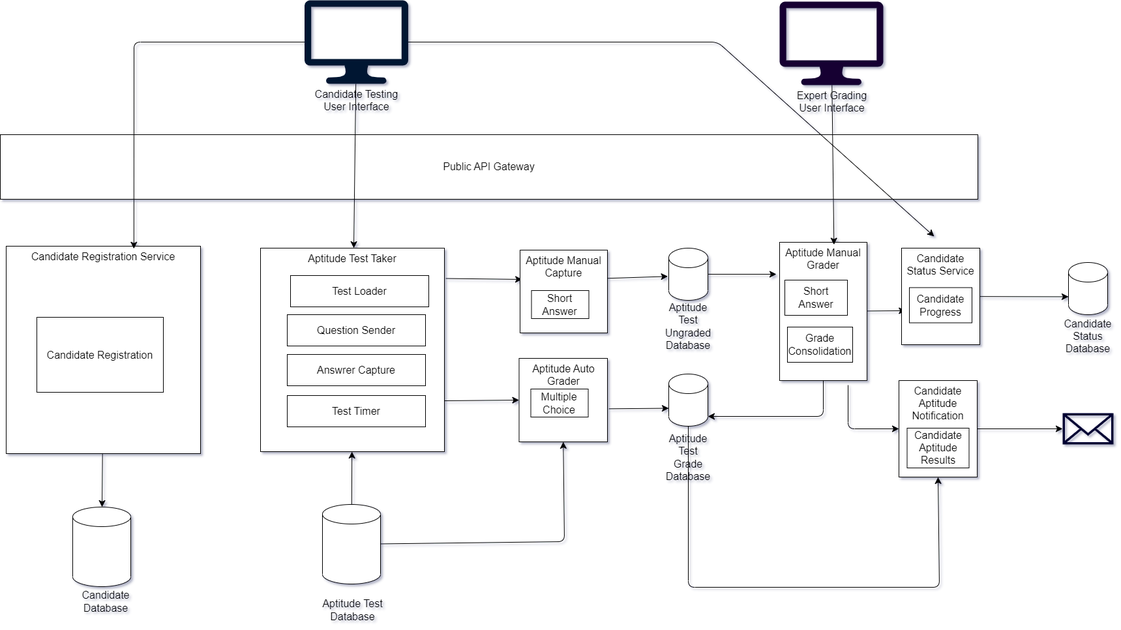
The draw.io diagram adr/images/Existing Certification Testing Architecture-Test1.drawio.png in mmat1/skynet-ai-2025, before a commit. Source tidied: cells renumbered, new cells last; positions are measured from the earlier drawing's top-left corner, leaving out a move shared by most shapes. Its diagram source:
```xml
<mxGraphModel background="#ffffff" shadow="1">
  <root>
    <mxCell id="0" />
    <mxCell id="1" parent="0" />
    <mxCell id="2" value="Public API Gateway" style="rounded=0;whiteSpace=wrap;html=1;fontSize=16;glass=0;labelBackgroundColor=none;" parent="1" vertex="1">
      <mxGeometry y="206" width="1499" height="99" as="geometry" />
    </mxCell>
    <mxCell id="3" style="edgeStyle=none;curved=1;rounded=0;jettySize=auto;html=1;fontSize=12;startSize=8;endSize=8;labelBackgroundColor=none;fontColor=default;" parent="1" edge="1" source="4" target="33">
      <mxGeometry relative="1" as="geometry" />
    </mxCell>
    <mxCell id="4" value="Candidate Registration Service" style="rounded=0;whiteSpace=wrap;html=1;fontSize=16;verticalAlign=top;labelBackgroundColor=none;" parent="1" vertex="1">
      <mxGeometry x="9" y="377" width="298" height="318" as="geometry" />
    </mxCell>
    <mxCell id="5" value="Candidate Registration" style="rounded=0;whiteSpace=wrap;html=1;fontSize=16;labelBackgroundColor=none;" parent="1" vertex="1">
      <mxGeometry x="56" y="486" width="194" height="115" as="geometry" />
    </mxCell>
    <mxCell id="6" style="edgeStyle=none;curved=1;rounded=0;jettySize=auto;html=1;fontSize=12;startSize=8;endSize=8;labelBackgroundColor=none;fontColor=default;" parent="1" edge="1" source="36" target="9">
      <mxGeometry relative="1" as="geometry" />
    </mxCell>
    <mxCell id="7" style="edgeStyle=none;curved=1;rounded=0;jettySize=auto;html=1;entryX=0.023;entryY=0.354;entryDx=0;entryDy=0;entryPerimeter=0;fontSize=12;startSize=8;endSize=8;labelBackgroundColor=none;fontColor=default;exitX=1.008;exitY=0.149;exitDx=0;exitDy=0;exitPerimeter=0;" parent="1" edge="1" source="9" target="15">
      <mxGeometry relative="1" as="geometry" />
    </mxCell>
    <mxCell id="8" style="edgeStyle=none;curved=1;rounded=0;jettySize=auto;html=1;entryX=0;entryY=0.5;entryDx=0;entryDy=0;fontSize=12;startSize=8;endSize=8;labelBackgroundColor=none;fontColor=default;exitX=1;exitY=0.75;exitDx=0;exitDy=0;" parent="1" edge="1" source="9" target="18">
      <mxGeometry relative="1" as="geometry" />
    </mxCell>
    <mxCell id="9" value="Aptitude Test Taker" style="rounded=0;whiteSpace=wrap;html=1;fontSize=16;verticalAlign=top;labelBackgroundColor=none;" parent="1" vertex="1">
      <mxGeometry x="399" y="380" width="282" height="312" as="geometry" />
    </mxCell>
    <mxCell id="10" value="Test Loader" style="rounded=0;whiteSpace=wrap;html=1;fontSize=16;labelBackgroundColor=none;" parent="1" vertex="1">
      <mxGeometry x="445" y="422" width="212" height="48" as="geometry" />
    </mxCell>
    <mxCell id="11" value="Question Sender" style="rounded=0;whiteSpace=wrap;html=1;fontSize=16;labelBackgroundColor=none;" parent="1" vertex="1">
      <mxGeometry x="440" y="482" width="212" height="48" as="geometry" />
    </mxCell>
    <mxCell id="12" value="Answrer Capture" style="rounded=0;whiteSpace=wrap;html=1;fontSize=16;labelBackgroundColor=none;" parent="1" vertex="1">
      <mxGeometry x="440" y="543" width="212" height="48" as="geometry" />
    </mxCell>
    <mxCell id="13" value="Test Timer" style="rounded=0;whiteSpace=wrap;html=1;fontSize=16;labelBackgroundColor=none;" parent="1" vertex="1">
      <mxGeometry x="440" y="606" width="212" height="48" as="geometry" />
    </mxCell>
    <mxCell id="14" style="edgeStyle=none;curved=1;rounded=0;jettySize=auto;html=1;fontSize=12;startSize=8;endSize=8;labelBackgroundColor=none;fontColor=default;exitX=0.993;exitY=0.341;exitDx=0;exitDy=0;exitPerimeter=0;" parent="1" edge="1" source="15">
      <mxGeometry relative="1" as="geometry">
        <mxPoint x="1023.6" y="423.3" as="targetPoint" />
      </mxGeometry>
    </mxCell>
    <mxCell id="15" value="Aptitude Manual Capture" style="rounded=0;whiteSpace=wrap;html=1;fontSize=16;verticalAlign=top;labelBackgroundColor=none;" parent="1" vertex="1">
      <mxGeometry x="797" y="383" width="134" height="127" as="geometry" />
    </mxCell>
    <mxCell id="16" value="Short Answer" style="rounded=0;whiteSpace=wrap;html=1;fontSize=16;labelBackgroundColor=none;" parent="1" vertex="1">
      <mxGeometry x="814.5" y="445" width="88" height="43" as="geometry" />
    </mxCell>
    <mxCell id="17" style="edgeStyle=none;curved=1;rounded=0;jettySize=auto;html=1;entryX=0;entryY=0;entryDx=0;entryDy=52.5;entryPerimeter=0;fontSize=12;startSize=8;endSize=8;labelBackgroundColor=none;fontColor=default;exitX=1.017;exitY=0.604;exitDx=0;exitDy=0;exitPerimeter=0;" parent="1" edge="1" source="18" target="40">
      <mxGeometry relative="1" as="geometry" />
    </mxCell>
    <mxCell id="18" value="Aptitude Auto Grader" style="rounded=0;whiteSpace=wrap;html=1;fontSize=16;verticalAlign=top;labelBackgroundColor=none;" parent="1" vertex="1">
      <mxGeometry x="795.5" y="549" width="135.5" height="128" as="geometry" />
    </mxCell>
    <mxCell id="19" value="Multiple Choice" style="rounded=0;whiteSpace=wrap;html=1;fontSize=16;labelBackgroundColor=none;" parent="1" vertex="1">
      <mxGeometry x="813.5" y="596" width="88" height="43" as="geometry" />
    </mxCell>
    <mxCell id="20" style="edgeStyle=none;rounded=1;jettySize=auto;html=1;entryX=1;entryY=1;entryDx=0;entryDy=-15;entryPerimeter=0;fontSize=12;startSize=8;endSize=8;exitX=0.5;exitY=1;exitDx=0;exitDy=0;labelBackgroundColor=none;fontColor=default;" parent="1" edge="1" source="23" target="40">
      <mxGeometry relative="1" as="geometry">
        <Array as="points">
          <mxPoint x="1262" y="638" />
        </Array>
      </mxGeometry>
    </mxCell>
    <mxCell id="21" style="edgeStyle=none;curved=1;rounded=0;jettySize=auto;html=1;entryX=0.052;entryY=0.648;entryDx=0;entryDy=0;entryPerimeter=0;fontSize=12;startSize=8;endSize=8;labelBackgroundColor=none;fontColor=default;" parent="1" edge="1" source="23" target="27">
      <mxGeometry relative="1" as="geometry" />
    </mxCell>
    <mxCell id="22" style="edgeStyle=none;rounded=1;jettySize=auto;html=1;fontSize=12;startSize=8;endSize=8;labelBackgroundColor=none;fontColor=default;entryX=0;entryY=0.5;entryDx=0;entryDy=0;" parent="1" edge="1" target="25">
      <mxGeometry relative="1" as="geometry">
        <mxPoint x="1300" y="590" as="sourcePoint" />
        <Array as="points">
          <mxPoint x="1300" y="657" />
        </Array>
      </mxGeometry>
    </mxCell>
    <mxCell id="23" value="Aptitude Manual Grader" style="rounded=0;whiteSpace=wrap;html=1;fontSize=16;verticalAlign=top;labelBackgroundColor=none;" parent="1" vertex="1">
      <mxGeometry x="1195" y="371" width="134" height="212" as="geometry" />
    </mxCell>
    <mxCell id="24" style="edgeStyle=none;curved=1;rounded=0;jettySize=auto;html=1;fontSize=12;startSize=8;endSize=8;labelBackgroundColor=none;fontColor=default;" parent="1" edge="1" source="25" target="48">
      <mxGeometry relative="1" as="geometry" />
    </mxCell>
    <mxCell id="25" value="Candidate Aptitude Notification" style="rounded=0;whiteSpace=wrap;html=1;fontSize=16;verticalAlign=top;labelBackgroundColor=none;" parent="1" vertex="1">
      <mxGeometry x="1378" y="583" width="120" height="148" as="geometry" />
    </mxCell>
    <mxCell id="26" style="edgeStyle=none;curved=1;rounded=0;jettySize=auto;html=1;entryX=0;entryY=0;entryDx=0;entryDy=52.5;entryPerimeter=0;fontSize=12;startSize=8;endSize=8;labelBackgroundColor=none;fontColor=default;" parent="1" edge="1" source="27" target="46">
      <mxGeometry relative="1" as="geometry" />
    </mxCell>
    <mxCell id="27" value="Candidate Status Service" style="rounded=0;whiteSpace=wrap;html=1;fontSize=16;verticalAlign=top;labelBackgroundColor=none;" parent="1" vertex="1">
      <mxGeometry x="1382" y="380" width="120" height="148" as="geometry" />
    </mxCell>
    <mxCell id="28" value="Short Answer" style="rounded=0;whiteSpace=wrap;html=1;fontSize=16;labelBackgroundColor=none;" parent="1" vertex="1">
      <mxGeometry x="1203" y="429" width="96" height="54" as="geometry" />
    </mxCell>
    <mxCell id="29" value="Grade Consolidation" style="rounded=0;whiteSpace=wrap;html=1;fontSize=16;labelBackgroundColor=none;" parent="1" vertex="1">
      <mxGeometry x="1207" y="501" width="100" height="54" as="geometry" />
    </mxCell>
    <mxCell id="30" value="Candidate Progress" style="rounded=0;whiteSpace=wrap;html=1;fontSize=16;labelBackgroundColor=none;" parent="1" vertex="1">
      <mxGeometry x="1394" y="440.5" width="96" height="54" as="geometry" />
    </mxCell>
    <mxCell id="31" value="Candidate Aptitude Results" style="rounded=0;whiteSpace=wrap;html=1;fontSize=16;labelBackgroundColor=none;" parent="1" vertex="1">
      <mxGeometry x="1390.5" y="656" width="95" height="61" as="geometry" />
    </mxCell>
    <mxCell id="32" style="edgeStyle=none;rounded=1;jettySize=auto;html=1;fontSize=12;startSize=8;endSize=8;entryX=0.657;entryY=0.012;entryDx=0;entryDy=0;entryPerimeter=0;labelBackgroundColor=none;fontColor=default;" parent="1" edge="1" source="49" target="4">
      <mxGeometry relative="1" as="geometry">
        <Array as="points">
          <mxPoint x="205" y="64" />
        </Array>
      </mxGeometry>
    </mxCell>
    <mxCell id="33" style="shape=cylinder3;whiteSpace=wrap;html=1;boundedLbl=1;backgroundOutline=1;size=15;fontSize=16;labelBackgroundColor=none;" parent="1" vertex="1">
      <mxGeometry x="111" y="777" width="89" height="122" as="geometry" />
    </mxCell>
    <mxCell id="34" value="&lt;div&gt;Candidate Database&lt;/div&gt;" style="text;html=1;strokeColor=none;fillColor=none;align=center;verticalAlign=middle;whiteSpace=wrap;rounded=0;fontSize=16;labelBackgroundColor=none;" parent="1" vertex="1">
      <mxGeometry x="132" y="907" width="60" height="30" as="geometry" />
    </mxCell>
    <mxCell id="35" style="edgeStyle=none;rounded=1;jettySize=auto;html=1;entryX=0.5;entryY=1;entryDx=0;entryDy=0;fontSize=12;startSize=8;endSize=8;labelBackgroundColor=none;fontColor=default;" parent="1" edge="1" source="36" target="18">
      <mxGeometry relative="1" as="geometry">
        <Array as="points">
          <mxPoint x="865" y="830" />
        </Array>
      </mxGeometry>
    </mxCell>
    <mxCell id="36" style="shape=cylinder3;whiteSpace=wrap;html=1;boundedLbl=1;backgroundOutline=1;size=15;fontSize=16;labelBackgroundColor=none;" parent="1" vertex="1">
      <mxGeometry x="494" y="773" width="89" height="122" as="geometry" />
    </mxCell>
    <mxCell id="37" style="edgeStyle=none;curved=1;rounded=0;jettySize=auto;html=1;fontSize=12;startSize=8;endSize=8;labelBackgroundColor=none;fontColor=default;" parent="1" edge="1" source="38">
      <mxGeometry relative="1" as="geometry">
        <mxPoint x="1190" y="420" as="targetPoint" />
      </mxGeometry>
    </mxCell>
    <mxCell id="38" style="shape=cylinder3;whiteSpace=wrap;html=1;boundedLbl=1;backgroundOutline=1;size=15;fontSize=16;labelBackgroundColor=none;" parent="1" vertex="1">
      <mxGeometry x="1025" y="380" width="60" height="80" as="geometry" />
    </mxCell>
    <mxCell id="39" style="edgeStyle=none;rounded=1;jettySize=auto;html=1;entryX=0.5;entryY=1;entryDx=0;entryDy=0;fontSize=12;startSize=8;endSize=8;" parent="1" edge="1" source="40" target="25">
      <mxGeometry relative="1" as="geometry">
        <Array as="points">
          <mxPoint x="1055" y="900" />
          <mxPoint x="1440" y="900" />
        </Array>
      </mxGeometry>
    </mxCell>
    <mxCell id="40" style="shape=cylinder3;whiteSpace=wrap;html=1;boundedLbl=1;backgroundOutline=1;size=15;fontSize=16;labelBackgroundColor=none;" parent="1" vertex="1">
      <mxGeometry x="1025" y="573" width="60" height="80" as="geometry" />
    </mxCell>
    <mxCell id="41" value="&lt;div&gt;Aptitude Test Ungraded&lt;/div&gt;&lt;div&gt;Database&lt;/div&gt;" style="text;html=1;strokeColor=none;fillColor=none;align=center;verticalAlign=middle;whiteSpace=wrap;rounded=0;fontSize=16;labelBackgroundColor=none;" parent="1" vertex="1">
      <mxGeometry x="1025" y="485" width="60" height="30" as="geometry" />
    </mxCell>
    <mxCell id="42" value="&lt;div&gt;Aptitude Test Grade&lt;/div&gt;&lt;div&gt;Database&lt;/div&gt;" style="text;html=1;strokeColor=none;fillColor=none;align=center;verticalAlign=middle;whiteSpace=wrap;rounded=0;fontSize=16;labelBackgroundColor=none;" parent="1" vertex="1">
      <mxGeometry x="1025" y="686" width="60" height="30" as="geometry" />
    </mxCell>
    <mxCell id="43" value="Aptitude Test Database" style="text;html=1;strokeColor=none;fillColor=none;align=center;verticalAlign=middle;whiteSpace=wrap;rounded=0;fontSize=16;labelBackgroundColor=none;" parent="1" vertex="1">
      <mxGeometry x="484.5" y="920" width="111" height="30" as="geometry" />
    </mxCell>
    <mxCell id="44" style="edgeStyle=none;rounded=1;jettySize=auto;html=1;fontSize=12;startSize=8;endSize=8;labelBackgroundColor=none;fontColor=default;jumpStyle=arc;" parent="1" edge="1" source="49">
      <mxGeometry relative="1" as="geometry">
        <mxPoint x="1432" y="362" as="targetPoint" />
        <Array as="points">
          <mxPoint x="1100" y="64" />
        </Array>
      </mxGeometry>
    </mxCell>
    <mxCell id="45" style="edgeStyle=none;curved=1;rounded=0;jettySize=auto;html=1;fontSize=12;startSize=8;endSize=8;labelBackgroundColor=none;fontColor=default;" parent="1" edge="1" source="49" target="9">
      <mxGeometry relative="1" as="geometry" />
    </mxCell>
    <mxCell id="46" style="shape=cylinder3;whiteSpace=wrap;html=1;boundedLbl=1;backgroundOutline=1;size=15;fontSize=16;labelBackgroundColor=none;" parent="1" vertex="1">
      <mxGeometry x="1638" y="402" width="60" height="80" as="geometry" />
    </mxCell>
    <mxCell id="47" value="&lt;div&gt;Candidate Status&lt;/div&gt;&lt;div&gt;Database&lt;/div&gt;" style="text;html=1;strokeColor=none;fillColor=none;align=center;verticalAlign=middle;whiteSpace=wrap;rounded=0;fontSize=16;labelBackgroundColor=none;" parent="1" vertex="1">
      <mxGeometry x="1638" y="500" width="60" height="30" as="geometry" />
    </mxCell>
    <mxCell id="48" style="sketch=0;outlineConnect=0;strokeColor=none;dashed=0;verticalLabelPosition=bottom;verticalAlign=top;align=center;html=1;fontSize=12;fontStyle=0;shape=mxgraph.aws4.email_2;labelBackgroundColor=none;fillColor=#000033;" parent="1" vertex="1">
      <mxGeometry x="1629" y="632.5" width="78" height="49" as="geometry" />
    </mxCell>
    <mxCell id="49" value="Candidate Testing&lt;br style=&quot;border-color: var(--border-color);&quot;&gt;&lt;span style=&quot;&quot;&gt;User Interface&lt;/span&gt;" style="sketch=0;shadow=0;dashed=0;html=1;strokeColor=none;labelPosition=center;verticalLabelPosition=bottom;verticalAlign=top;outlineConnect=0;align=center;shape=mxgraph.office.devices.lcd_monitor;fontSize=16;labelBackgroundColor=none;fillColor=#001933;" parent="1" vertex="1">
      <mxGeometry x="466.5" width="159" height="128" as="geometry" />
    </mxCell>
    <mxCell id="50" style="edgeStyle=none;curved=1;rounded=0;jettySize=auto;html=1;entryX=0.622;entryY=0.017;entryDx=0;entryDy=0;entryPerimeter=0;fontSize=12;startSize=8;endSize=8;" parent="1" edge="1" source="51" target="23">
      <mxGeometry relative="1" as="geometry" />
    </mxCell>
    <mxCell id="51" value="&lt;div style=&quot;border-color: var(--border-color);&quot;&gt;Expert Grading&lt;/div&gt;&lt;div style=&quot;border-color: var(--border-color);&quot;&gt;User Interface&lt;/div&gt;" style="sketch=0;shadow=0;dashed=0;html=1;strokeColor=none;labelPosition=center;verticalLabelPosition=bottom;verticalAlign=top;outlineConnect=0;align=center;shape=mxgraph.office.devices.lcd_monitor;fontSize=16;labelBackgroundColor=none;fillColor=#190033;" parent="1" vertex="1">
      <mxGeometry x="1195" y="2" width="159" height="128" as="geometry" />
    </mxCell>
  </root>
</mxGraphModel>
```
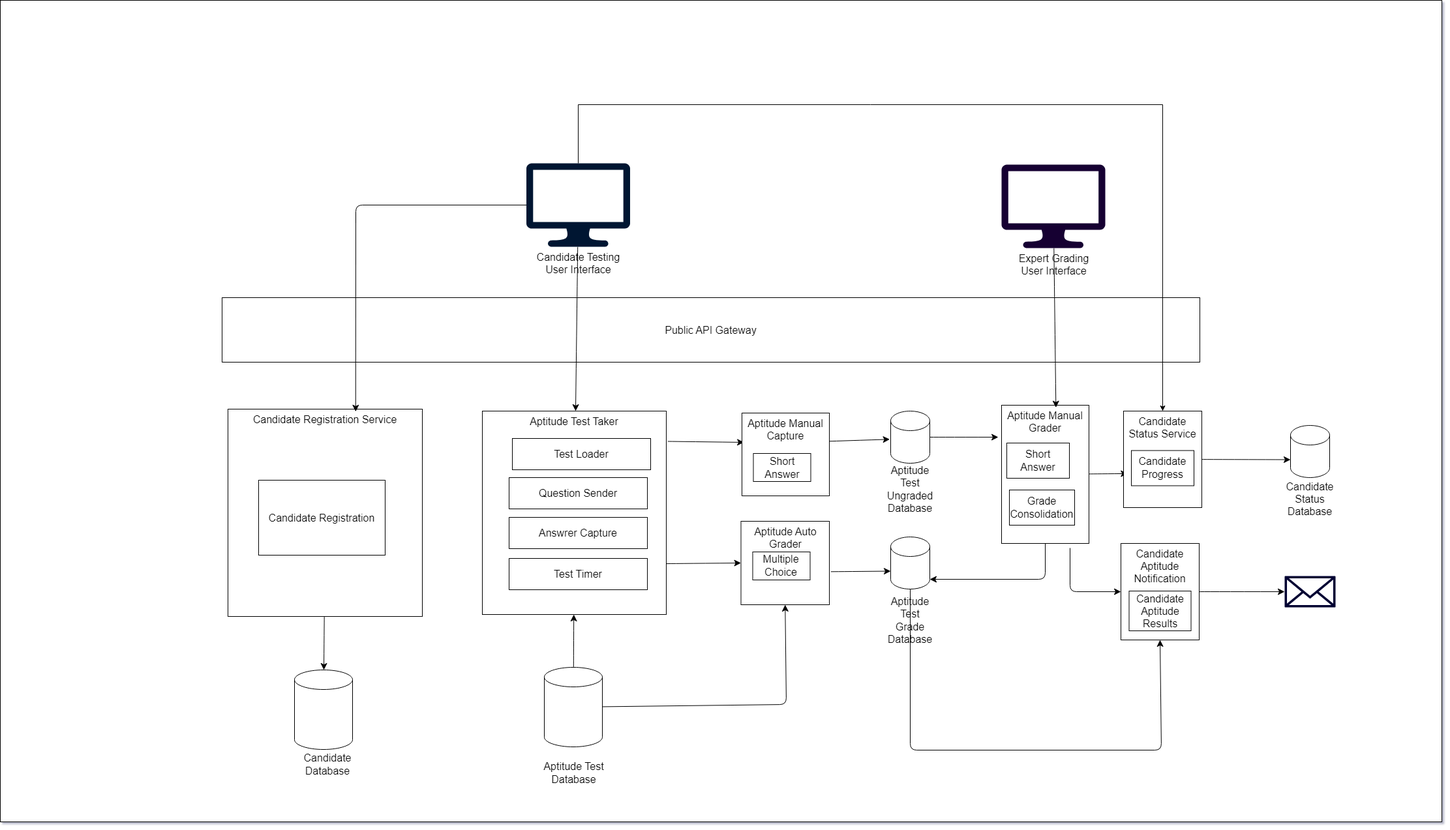
After the commit.

Change to the diagram source:
```diff
@@ -2,6 +2,9 @@
   <root>
     <mxCell id="0" />
     <mxCell id="1" parent="0" />
+    <mxCell id="52" style="rounded=0;whiteSpace=wrap;html=1;" parent="1" vertex="1">
+      <mxGeometry x="-340" y="-250" width="2210" height="1260" as="geometry" />
+    </mxCell>
     <mxCell id="2" value="Public API Gateway" style="rounded=0;whiteSpace=wrap;html=1;fontSize=16;glass=0;labelBackgroundColor=none;" parent="1" vertex="1">
       <mxGeometry y="206" width="1499" height="99" as="geometry" />
     </mxCell>
@@ -154,14 +157,6 @@
     <mxCell id="43" value="Aptitude Test Database" style="text;html=1;strokeColor=none;fillColor=none;align=center;verticalAlign=middle;whiteSpace=wrap;rounded=0;fontSize=16;labelBackgroundColor=none;" parent="1" vertex="1">
       <mxGeometry x="484.5" y="920" width="111" height="30" as="geometry" />
     </mxCell>
-    <mxCell id="44" style="edgeStyle=none;rounded=1;jettySize=auto;html=1;fontSize=12;startSize=8;endSize=8;labelBackgroundColor=none;fontColor=default;jumpStyle=arc;" parent="1" edge="1" source="49">
-      <mxGeometry relative="1" as="geometry">
-        <mxPoint x="1432" y="362" as="targetPoint" />
-        <Array as="points">
-          <mxPoint x="1100" y="64" />
-        </Array>
-      </mxGeometry>
-    </mxCell>
     <mxCell id="45" style="edgeStyle=none;curved=1;rounded=0;jettySize=auto;html=1;fontSize=12;startSize=8;endSize=8;labelBackgroundColor=none;fontColor=default;" parent="1" edge="1" source="49" target="9">
       <mxGeometry relative="1" as="geometry" />
     </mxCell>
@@ -174,6 +169,14 @@
     <mxCell id="48" style="sketch=0;outlineConnect=0;strokeColor=none;dashed=0;verticalLabelPosition=bottom;verticalAlign=top;align=center;html=1;fontSize=12;fontStyle=0;shape=mxgraph.aws4.email_2;labelBackgroundColor=none;fillColor=#000033;" parent="1" vertex="1">
       <mxGeometry x="1629" y="632.5" width="78" height="49" as="geometry" />
     </mxCell>
+    <mxCell id="53" style="edgeStyle=orthogonalEdgeStyle;rounded=0;jettySize=auto;html=1;" parent="1" edge="1" source="49" target="27">
+      <mxGeometry relative="1" as="geometry">
+        <Array as="points">
+          <mxPoint x="546" y="-90" />
+          <mxPoint x="1442" y="-90" />
+        </Array>
+      </mxGeometry>
+    </mxCell>
     <mxCell id="49" value="Candidate Testing&lt;br style=&quot;border-color: var(--border-color);&quot;&gt;&lt;span style=&quot;&quot;&gt;User Interface&lt;/span&gt;" style="sketch=0;shadow=0;dashed=0;html=1;strokeColor=none;labelPosition=center;verticalLabelPosition=bottom;verticalAlign=top;outlineConnect=0;align=center;shape=mxgraph.office.devices.lcd_monitor;fontSize=16;labelBackgroundColor=none;fillColor=#001933;" parent="1" vertex="1">
       <mxGeometry x="466.5" width="159" height="128" as="geometry" />
     </mxCell>
```
